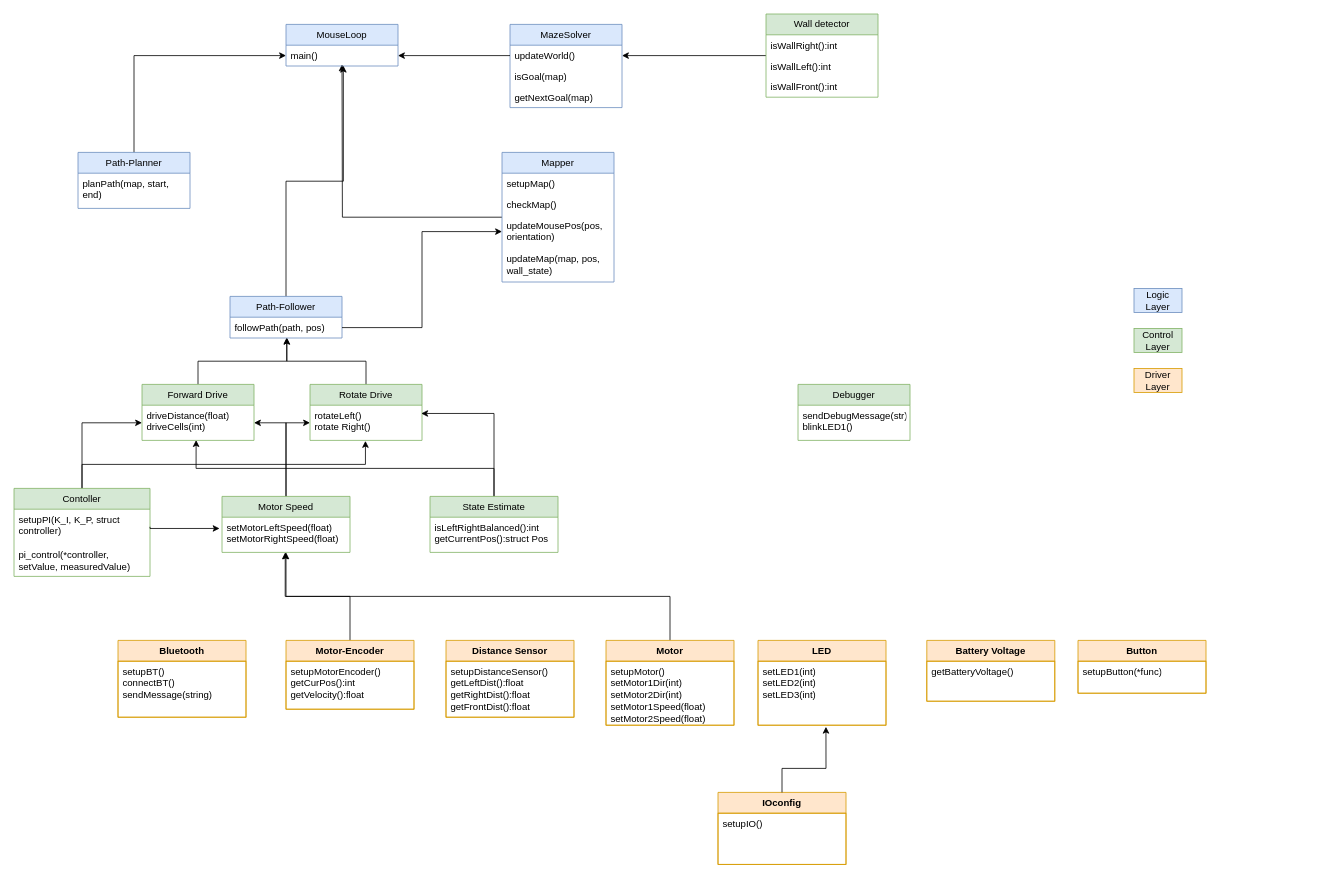
Earlier version of the draw.io diagram draft/class_diagram.drawio (AminSeffo/Micromouse). Source tidied: cells renumbered, new cells numbered last; positions are measured from the earlier drawing's top-left corner, leaving out a move shared by most shapes. Both pictures are drawn from the tidied source at 80%, with x=0, y=0 at pixel (14, 14).
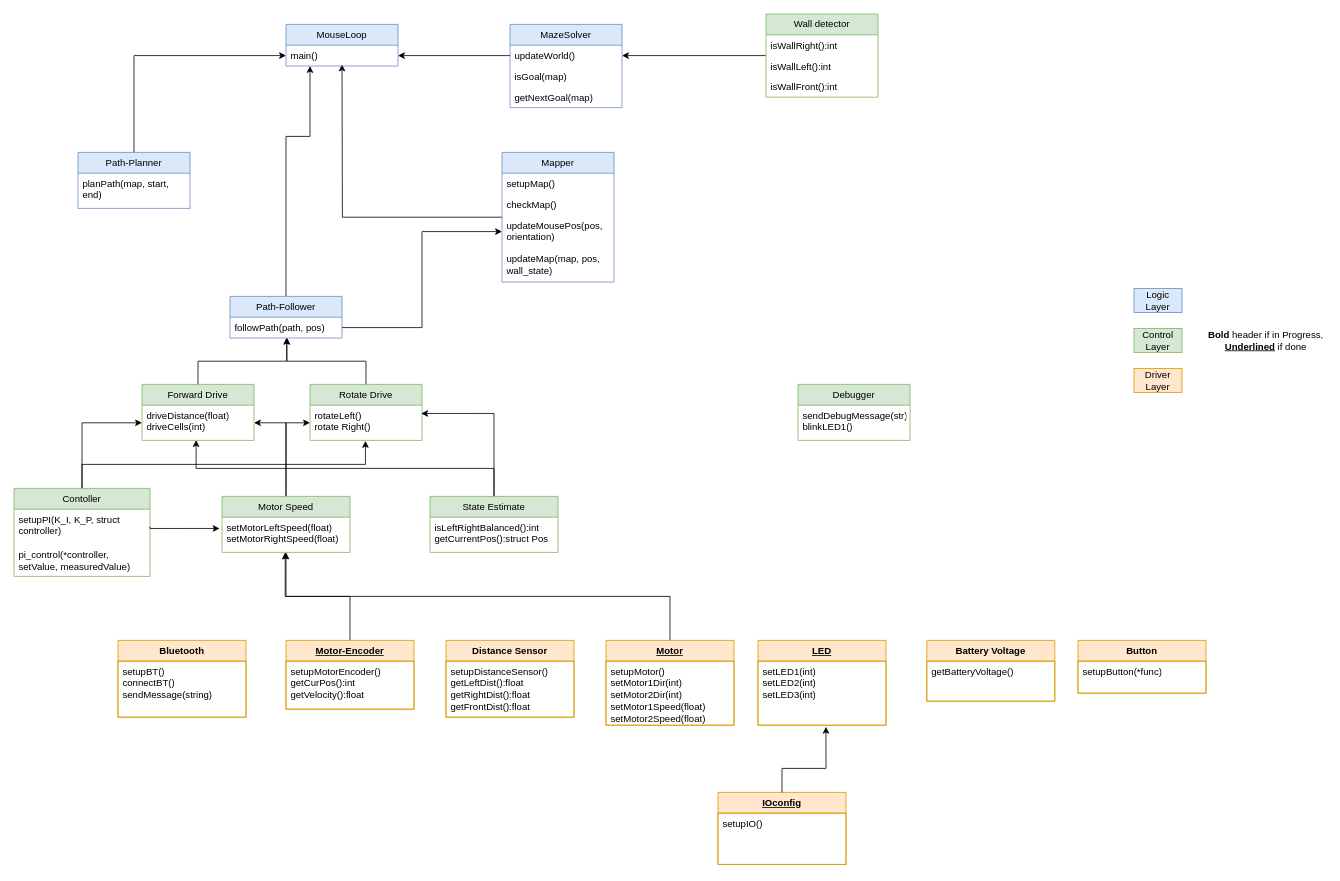
The same diagram, later.

Unchanged cells that the change refers to:
```xml
<mxCell id="52" value="main()" style="text;strokeColor=none;fillColor=none;align=left;verticalAlign=top;spacingLeft=4;spacingRight=4;overflow=hidden;points=[[0,0.5],[1,0.5]];portConstraint=eastwest;whiteSpace=wrap;html=1;" parent="51" vertex="1">
  <mxGeometry y="26" width="140" height="26" as="geometry" />
</mxCell>
<mxCell id="57" value="Path-Follower" style="swimlane;fontStyle=0;horizontal=1;startSize=26;fillColor=#dae8fc;whiteSpace=wrap;html=1;strokeColor=#6c8ebf;" parent="1" vertex="1">
  <mxGeometry x="270" y="353" width="140" height="52" as="geometry" />
</mxCell>
```

Diff of the diagram source:
```diff
@@
-    <mxCell id="5" value="Motor-Encoder" style="swimlane;fontStyle=1;align=center;verticalAlign=top;horizontal=1;startSize=26;whiteSpace=wrap;html=1;fillColor=#ffe6cc;strokeColor=#d79b00;" parent="1" vertex="1">
+    <mxCell id="5" value="Motor-Encoder" style="swimlane;fontStyle=5;align=center;verticalAlign=top;horizontal=1;startSize=26;whiteSpace=wrap;html=1;fillColor=#ffe6cc;strokeColor=#d79b00;" parent="1" vertex="1">
       <mxGeometry x="340" y="783" width="160" height="86" as="geometry" />
     </mxCell>
@@
-    <mxCell id="10" value="Motor" style="swimlane;fontStyle=1;align=center;verticalAlign=top;horizontal=1;startSize=26;whiteSpace=wrap;html=1;fillColor=#ffe6cc;strokeColor=#d79b00;" parent="1" vertex="1">
+    <mxCell id="10" value="Motor" style="swimlane;fontStyle=5;align=center;verticalAlign=top;horizontal=1;startSize=26;whiteSpace=wrap;html=1;fillColor=#ffe6cc;strokeColor=#d79b00;" parent="1" vertex="1">
       <mxGeometry x="740" y="783" width="160" height="106" as="geometry" />
     </mxCell>
@@
-    <mxCell id="12" value="LED" style="swimlane;fontStyle=1;align=center;verticalAlign=top;horizontal=1;startSize=26;whiteSpace=wrap;html=1;fillColor=#ffe6cc;strokeColor=#d79b00;" parent="1" vertex="1">
+    <mxCell id="12" value="LED" style="swimlane;fontStyle=5;align=center;verticalAlign=top;horizontal=1;startSize=26;whiteSpace=wrap;html=1;fillColor=#ffe6cc;strokeColor=#d79b00;" parent="1" vertex="1">
       <mxGeometry x="930" y="783" width="160" height="106" as="geometry" />
     </mxCell>
@@
-    <mxCell id="56" style="edgeStyle=orthogonalEdgeStyle;rounded=0;jettySize=auto;html=1;entryX=0.512;entryY=0.987;entryDx=0;entryDy=0;entryPerimeter=0;" parent="1" edge="1" source="57" target="52">
-      <mxGeometry relative="1" as="geometry" />
+    <mxCell id="56" style="edgeStyle=orthogonalEdgeStyle;rounded=0;jettySize=auto;html=1;" parent="1" edge="1" source="57">
+      <mxGeometry relative="1" as="geometry">
+        <mxPoint x="370" y="65" as="targetPoint" />
+        <Array as="points">
+          <mxPoint x="340" y="153" />
+          <mxPoint x="370" y="153" />
+          <mxPoint x="370" y="65" />
+        </Array>
+      </mxGeometry>
     </mxCell>
@@
-    <mxCell id="68" value="IOconfig" style="swimlane;fontStyle=1;align=center;verticalAlign=top;horizontal=1;startSize=26;whiteSpace=wrap;html=1;fillColor=#ffe6cc;strokeColor=#d79b00;" parent="1" vertex="1">
+    <mxCell id="68" value="IOconfig" style="swimlane;fontStyle=5;align=center;verticalAlign=top;horizontal=1;startSize=26;whiteSpace=wrap;html=1;fillColor=#ffe6cc;strokeColor=#d79b00;" parent="1" vertex="1">
       <mxGeometry x="880" y="973" width="160" height="90" as="geometry" />
     </mxCell>
@@
+    <mxCell id="71" value="&lt;b&gt;Bold&lt;/b&gt; header if in Progress, &lt;b&gt;&lt;u&gt;Underlined&lt;/u&gt;&lt;/b&gt; if done" style="text;html=1;strokeColor=none;fillColor=none;align=center;verticalAlign=middle;whiteSpace=wrap;rounded=0;" parent="1" vertex="1">
+      <mxGeometry x="1490" y="393" width="150" height="30" as="geometry" />
+    </mxCell>
```
